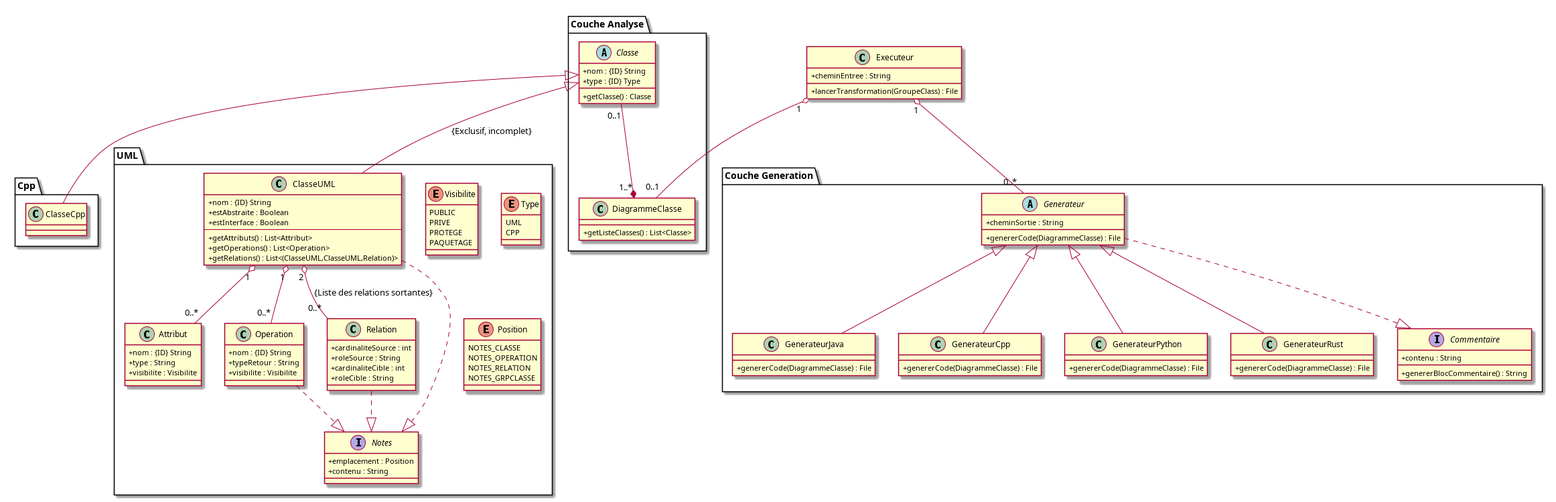
The PlantUML diagram doc/fichier_png/diagramme_commun.png in RasdaCorentin/PlantUML2Code, before a commit. Its source is kept beside it as doc/fichier_puml/diagramme_commun.puml. Its diagram source:
```plantuml
@startuml
skinparam classAttributeIconSize 0

class Executeur {
  +cheminEntree : String
  +lancerTransformation(GroupeClass) : File
}

package "Couche Analyse" {
	class DiagrammeClasse {
	 +getListeClasses() : List<Classe>
	}

	abstract class Classe {
	  +nom : {ID} String
	  +type : {ID} Type
	  +getClasse() : Classe
	}
}
package UML{
	class ClasseUML {
	  +nom : {ID} String
	  +estAbstraite : Boolean
	  +estInterface : Boolean
	  ---
	  +getAttributs() : List<Attribut>
	  +getOperations() : List<Operation>
	  +getRelations() : List<(ClasseUML,ClasseUML,Relation)>
	}

	ClasseUML "1" o-- "0..*" Attribut
	ClasseUML "1" o-- "0..*" Operation
	ClasseUML "2" o-- "0..*" Relation  : "{Liste des relations sortantes}"

	enum Visibilite {
	  PUBLIC
	  PRIVE
	  PROTEGE
	  PAQUETAGE
	}

	class Attribut {
	  +nom : {ID} String
	  +type : String
	  +visibilite : Visibilite
	}

	class Operation {
	  +nom : {ID} String
	  +typeRetour : String
	  +visibilite : Visibilite
	}

	class Relation {
	  +cardinaliteSource : int
	  +roleSource : String
	  +cardinaliteCible : int
	  +roleCible : String
	}


	Classe <|--  ClasseUML : {Exclusif, incomplet}
	Classe "0..1" --* "1..*" DiagrammeClasse



	enum Type {
	  UML
	  CPP
	}

	enum Position {
	 NOTES_CLASSE
	 NOTES_OPERATION
	 NOTES_RELATION
	 NOTES_GRPCLASSE
	}

	interface Notes {
	 +emplacement : Position
	 +contenu : String
	}
	ClasseUML ..|> Notes
	Relation ..|> Notes
	Operation ..|> Notes

}

package "Couche Generation" {
    abstract class Generateur {
        +cheminSortie : String
        +genererCode(DiagrammeClasse) : File
    }

    class GenerateurJava {
        +genererCode(DiagrammeClasse) : File
    }

    class GenerateurCpp {
        +genererCode(DiagrammeClasse) : File
    }

    class GenerateurPython {
        +genererCode(DiagrammeClasse) : File
    }

    class GenerateurRust {
        +genererCode(DiagrammeClasse) : File
    }

    interface Commentaire {
        +contenu : String
        +genererBlocCommentaire() : String
    }

    Generateur ..|> Commentaire
}

Executeur "1"  o-- "0..1" DiagrammeClasse
Executeur "1" o-- "0..*" Generateur

Generateur <|-- GenerateurJava
Generateur <|-- GenerateurCpp
Generateur <|-- GenerateurPython
Generateur <|-- GenerateurRust

package Cpp{
	class ClasseCpp{}
}

Classe <|-- "ClasseCpp"
@enduml
```
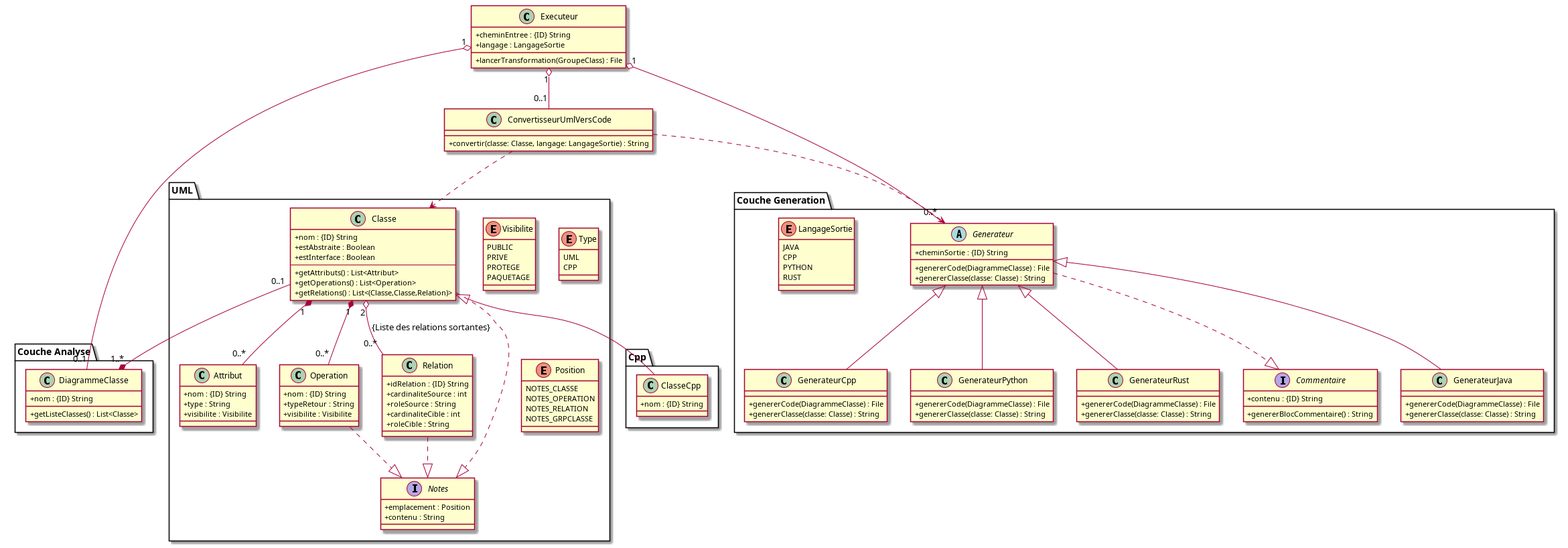
After the change.

Commit message:
Ajustement diagramme commun + commencement diagramme_generateur_python

What changed in the source:
```diff
@@ -2,131 +2,148 @@
 skinparam classAttributeIconSize 0
 
 class Executeur {
-  +cheminEntree : String
+  +cheminEntree : {ID} String
+  +langage : LangageSortie
   +lancerTransformation(GroupeClass) : File
 }
 
-package "Couche Analyse" {
-	class DiagrammeClasse {
-	 +getListeClasses() : List<Classe>
-	}
-
-	abstract class Classe {
-	  +nom : {ID} String
-	  +type : {ID} Type
-	  +getClasse() : Classe
-	}
-}
-package UML{
-	class ClasseUML {
-	  +nom : {ID} String
-	  +estAbstraite : Boolean
-	  +estInterface : Boolean
-	  ---
-	  +getAttributs() : List<Attribut>
-	  +getOperations() : List<Operation>
-	  +getRelations() : List<(ClasseUML,ClasseUML,Relation)>
-	}
-
-	ClasseUML "1" o-- "0..*" Attribut
-	ClasseUML "1" o-- "0..*" Operation
-	ClasseUML "2" o-- "0..*" Relation  : "{Liste des relations sortantes}"
-
-	enum Visibilite {
-	  PUBLIC
-	  PRIVE
-	  PROTEGE
-	  PAQUETAGE
-	}
-
-	class Attribut {
-	  +nom : {ID} String
-	  +type : String
-	  +visibilite : Visibilite
-	}
-
-	class Operation {
-	  +nom : {ID} String
-	  +typeRetour : String
-	  +visibilite : Visibilite
-	}
-
-	class Relation {
-	  +cardinaliteSource : int
-	  +roleSource : String
-	  +cardinaliteCible : int
-	  +roleCible : String
-	}
-
-
-	Classe <|--  ClasseUML : {Exclusif, incomplet}
-	Classe "0..1" --* "1..*" DiagrammeClasse
-
-
-
-	enum Type {
-	  UML
-	  CPP
-	}
-
-	enum Position {
-	 NOTES_CLASSE
-	 NOTES_OPERATION
-	 NOTES_RELATION
-	 NOTES_GRPCLASSE
-	}
-
-	interface Notes {
-	 +emplacement : Position
-	 +contenu : String
-	}
-	ClasseUML ..|> Notes
-	Relation ..|> Notes
-	Operation ..|> Notes
-
+class ConvertisseurUmlVersCode {
+  +convertir(classe: Classe, langage: LangageSortie) : String
 }
 
-package "Couche Generation" {
-    abstract class Generateur {
-        +cheminSortie : String
-        +genererCode(DiagrammeClasse) : File
-    }
-
-    class GenerateurJava {
-        +genererCode(DiagrammeClasse) : File
-    }
-
-    class GenerateurCpp {
-        +genererCode(DiagrammeClasse) : File
-    }
-
-    class GenerateurPython {
-        +genererCode(DiagrammeClasse) : File
-    }
-
-    class GenerateurRust {
-        +genererCode(DiagrammeClasse) : File
-    }
-
-    interface Commentaire {
-        +contenu : String
-        +genererBlocCommentaire() : String
-    }
-
-    Generateur ..|> Commentaire
+package "Couche Analyse" {
+  class DiagrammeClasse {
+    +nom : {ID} String
+    +getListeClasses() : List<Classe>
+  }
 }
 
-Executeur "1"  o-- "0..1" DiagrammeClasse
+package UML {
+  class "Classe" as UMLClasse {
+    +nom : {ID} String
+    +estAbstraite : Boolean
+    +estInterface : Boolean
+    ---
+    +getAttributs() : List<Attribut>
+    +getOperations() : List<Operation>
+    +getRelations() : List<(Classe,Classe,Relation)>
+  }
+
+  UMLClasse "1" *-- "0..*" Attribut
+  UMLClasse "1" *-- "0..*" Operation
+  UMLClasse "2" o-- "0..*" Relation  : "{Liste des relations sortantes}"
+
+  enum Visibilite {
+    PUBLIC
+    PRIVE
+    PROTEGE
+    PAQUETAGE
+  }
+
+  class Attribut {
+    +nom : {ID} String
+    +type : String
+    +visibilite : Visibilite
+  }
+
+  class Operation {
+    +nom : {ID} String
+    +typeRetour : String
+    +visibilite : Visibilite
+  }
+
+  class Relation {
+    +idRelation : {ID} String
+    +cardinaliteSource : int
+    +roleSource : String
+    +cardinaliteCible : int
+    +roleCible : String
+  }
+
+  enum Type {
+    UML
+    CPP
+  }
+
+  enum Position {
+    NOTES_CLASSE
+    NOTES_OPERATION
+    NOTES_RELATION
+    NOTES_GRPCLASSE
+  }
+
+  interface Notes {
+    +emplacement : Position
+    +contenu : String
+  }
+
+  UMLClasse ..|> Notes
+  Relation ..|> Notes
+  Operation ..|> Notes
+}
+
+UMLClasse "0..1" --* "1..*" DiagrammeClasse
+
+package "Couche Generation" {
+  abstract class Generateur {
+    +cheminSortie : {ID} String
+    +genererCode(DiagrammeClasse) : File
+    +genererClasse(classe: Classe) : String
+  }
+
+  class GenerateurJava {
+    +genererCode(DiagrammeClasse) : File
+    +genererClasse(classe: Classe) : String
+  }
+
+  class GenerateurCpp {
+    +genererCode(DiagrammeClasse) : File
+    +genererClasse(classe: Classe) : String
+  }
+
+  class GenerateurPython {
+    +genererCode(DiagrammeClasse) : File
+    +genererClasse(classe: Classe) : String
+  }
+
+  class GenerateurRust {
+    +genererCode(DiagrammeClasse) : File
+    +genererClasse(classe: Classe) : String
+  }
+
+  enum LangageSortie {
+    JAVA
+    CPP
+    PYTHON
+    RUST
+  }
+
+  interface Commentaire {
+    +contenu : {ID} String
+    +genererBlocCommentaire() : String
+  }
+
+  Generateur ..|> Commentaire
+}
+
+Executeur "1" o-- "0..1" DiagrammeClasse
 Executeur "1" o-- "0..*" Generateur
+Executeur "1" o-- "0..1" ConvertisseurUmlVersCode
+
+ConvertisseurUmlVersCode ..> Generateur
+ConvertisseurUmlVersCode ..> UMLClasse
 
 Generateur <|-- GenerateurJava
 Generateur <|-- GenerateurCpp
 Generateur <|-- GenerateurPython
 Generateur <|-- GenerateurRust
 
-package Cpp{
-	class ClasseCpp{}
+package Cpp {
+  class ClasseCpp {
+    +nom : {ID} String
+  }
 }
 
-Classe <|-- "ClasseCpp"
+UMLClasse <|-- ClasseCpp
+
 @enduml
```
